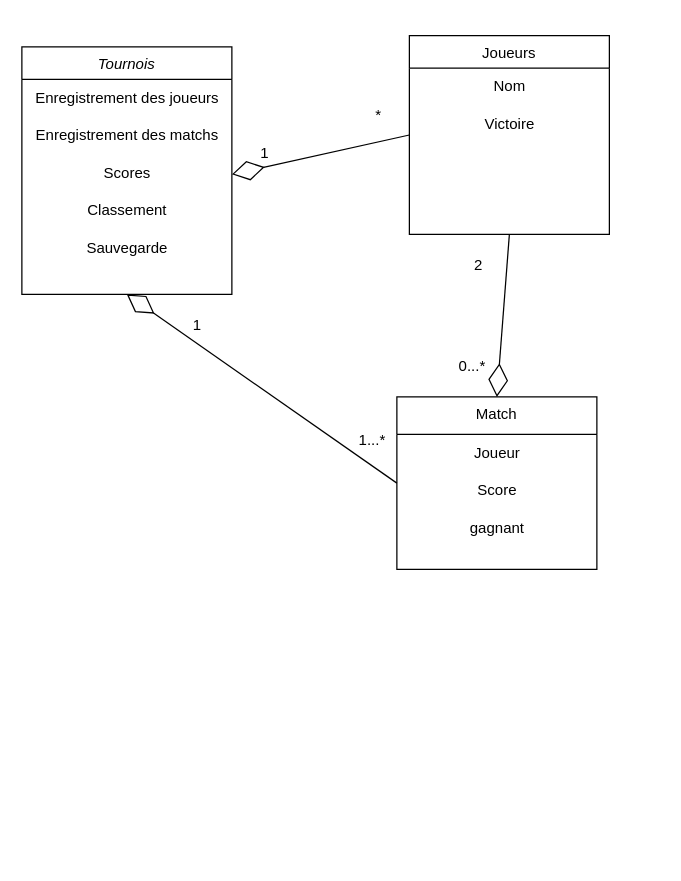
This is documents/Diagramme sans nom.drawio from Lunatique-x/TP2, a draw.io file, before an edit. Source tidied: cells renumbered, new cells numbered last; positions are measured from the earlier drawing's top-left corner, leaving out a move shared by most shapes. Both pictures are drawn from the tidied source at 125%, with x=0, y=0 at pixel (21, 35).
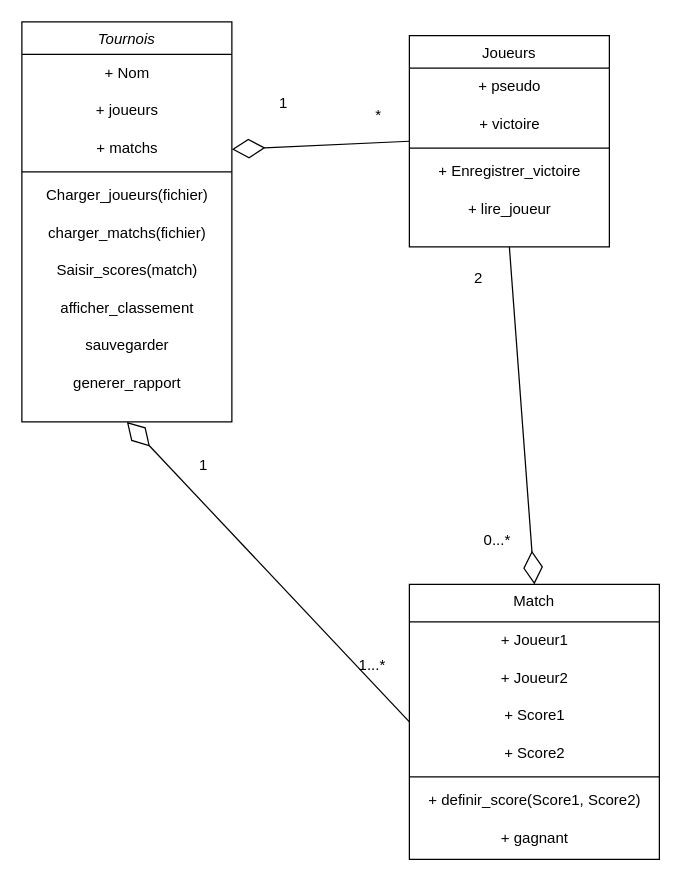
The same diagram, later.

Commit message (it also covers changes not shown here):
Mettre à jour Diagramme sans nom.drawio

What changed in the source:
```diff
@@
     <mxCell id="2" value="Tournois" style="swimlane;fontStyle=2;align=center;verticalAlign=top;horizontal=1;startSize=26;rounded=0;shadow=0;strokeWidth=1;" parent="1" vertex="1">
-      <mxGeometry y="9" width="168" height="198" as="geometry" />
+      <mxGeometry y="-11" width="168" height="320" as="geometry" />
     </mxCell>
-    <mxCell id="3" value="Enregistrement des joueurs" style="text;html=1;align=center;verticalAlign=middle;strokeColor=none;fillColor=none;" parent="2" vertex="1">
+    <mxCell id="3" value="+ Nom" style="text;html=1;align=center;verticalAlign=middle;strokeColor=none;fillColor=none;" parent="2" vertex="1">
       <mxGeometry y="26" width="168" height="30" as="geometry" />
     </mxCell>
-    <mxCell id="4" value="Enregistrement des matchs" style="text;html=1;align=center;verticalAlign=middle;strokeColor=none;fillColor=none;" parent="2" vertex="1">
+    <mxCell id="4" value="+ joueurs" style="text;html=1;align=center;verticalAlign=middle;strokeColor=none;fillColor=none;" parent="2" vertex="1">
       <mxGeometry y="56" width="168" height="30" as="geometry" />
     </mxCell>
-    <mxCell id="5" value="Scores" style="text;html=1;align=center;verticalAlign=middle;points=[];strokeColor=none;fillColor=none;" parent="2" vertex="1">
+    <mxCell id="5" value="+ matchs" style="text;html=1;align=center;verticalAlign=middle;points=[];strokeColor=none;fillColor=none;" parent="2" vertex="1">
       <mxGeometry y="86" width="168" height="30" as="geometry" />
     </mxCell>
-    <mxCell id="6" value="Classement" style="text;html=1;align=center;verticalAlign=middle;strokeColor=none;fillColor=none;" parent="2" vertex="1">
-      <mxGeometry y="116" width="168" height="30" as="geometry" />
-    </mxCell>
-    <mxCell id="7" value="Sauvegarde" style="text;html=1;align=center;verticalAlign=middle;strokeColor=none;fillColor=none;" parent="2" vertex="1">
-      <mxGeometry y="146" width="168" height="30" as="geometry" />
-    </mxCell>
+    <mxCell id="24" style="line;strokeWidth=1;fillColor=none;align=left;verticalAlign=middle;spacingTop=-1;spacingLeft=3;spacingRight=3;labelPosition=right;strokeColor=inherit;" parent="2" vertex="1">
+      <mxGeometry y="116" width="168" height="8" as="geometry" />
+    </mxCell>
+    <mxCell id="25" value="Charger_joueurs(fichier)" style="text;html=1;align=center;verticalAlign=middle;strokeColor=none;fillColor=none;" parent="2" vertex="1">
+      <mxGeometry y="124" width="168" height="30" as="geometry" />
+    </mxCell>
+    <mxCell id="26" value="charger_matchs(fichier)" style="text;html=1;align=center;verticalAlign=middle;strokeColor=none;fillColor=none;" parent="2" vertex="1">
+      <mxGeometry y="154" width="168" height="30" as="geometry" />
+    </mxCell>
+    <mxCell id="27" value="Saisir_scores(match)" style="text;html=1;align=center;verticalAlign=middle;strokeColor=none;fillColor=none;" parent="2" vertex="1">
+      <mxGeometry y="184" width="168" height="30" as="geometry" />
+    </mxCell>
+    <mxCell id="28" value="afficher_classement" style="text;html=1;align=center;verticalAlign=middle;strokeColor=none;fillColor=none;" parent="2" vertex="1">
+      <mxGeometry y="214" width="168" height="30" as="geometry" />
+    </mxCell>
+    <mxCell id="29" value="sauvegarder" style="text;html=1;align=center;verticalAlign=middle;strokeColor=none;fillColor=none;" parent="2" vertex="1">
+      <mxGeometry y="244" width="168" height="30" as="geometry" />
+    </mxCell>
+    <mxCell id="30" value="generer_rapport" style="text;html=1;align=center;verticalAlign=middle;strokeColor=none;fillColor=none;" parent="2" vertex="1">
+      <mxGeometry y="274" width="168" height="30" as="geometry" />
+    </mxCell>
     <mxCell id="8" value="Match" style="swimlane;fontStyle=0;align=center;verticalAlign=top;horizontal=1;startSize=30;rounded=0;shadow=0;strokeWidth=1;" parent="1" vertex="1">
-      <mxGeometry x="300" y="289" width="160" height="138" as="geometry" />
+      <mxGeometry x="310" y="439" width="200" height="220" as="geometry" />
     </mxCell>
-    <mxCell id="9" value="Joueur" style="text;html=1;align=center;verticalAlign=middle;strokeColor=none;fillColor=none;" parent="8" vertex="1">
-      <mxGeometry y="30" width="160" height="30" as="geometry" />
+    <mxCell id="9" value="+ Joueur1" style="text;html=1;align=center;verticalAlign=middle;strokeColor=none;fillColor=none;" parent="8" vertex="1">
+      <mxGeometry y="30" width="200" height="30" as="geometry" />
     </mxCell>
+    <mxCell id="31" value="+ Joueur2" style="text;html=1;align=center;verticalAlign=middle;strokeColor=none;fillColor=none;" parent="8" vertex="1">
+      <mxGeometry y="60" width="200" height="30" as="geometry" />
+    </mxCell>
-    <mxCell id="10" value="Score" style="text;html=1;align=center;verticalAlign=middle;strokeColor=none;fillColor=none;" parent="8" vertex="1">
-      <mxGeometry y="60" width="160" height="30" as="geometry" />
+    <mxCell id="10" value="+ Score1" style="text;html=1;align=center;verticalAlign=middle;strokeColor=none;fillColor=none;" parent="8" vertex="1">
+      <mxGeometry y="90" width="200" height="30" as="geometry" />
     </mxCell>
+    <mxCell id="32" value="+ Score2" style="text;html=1;align=center;verticalAlign=middle;strokeColor=none;fillColor=none;" parent="8" vertex="1">
+      <mxGeometry y="120" width="200" height="30" as="geometry" />
+    </mxCell>
+    <mxCell id="33" style="line;strokeWidth=1;fillColor=none;align=left;verticalAlign=middle;spacingTop=-1;spacingLeft=3;spacingRight=3;labelPosition=right;strokeColor=inherit;" parent="8" vertex="1">
+      <mxGeometry y="150" width="200" height="8" as="geometry" />
+    </mxCell>
-    <mxCell id="11" value="gagnant" style="text;html=1;align=center;verticalAlign=middle;strokeColor=none;fillColor=none;" parent="8" vertex="1">
-      <mxGeometry y="90" width="160" height="30" as="geometry" />
+    <mxCell id="11" value="+ definir_score(Score1, Score2)" style="text;html=1;align=center;verticalAlign=middle;strokeColor=none;fillColor=none;" parent="8" vertex="1">
+      <mxGeometry y="158" width="200" height="30" as="geometry" />
     </mxCell>
+    <mxCell id="34" value="+ gagnant" style="text;html=1;align=center;verticalAlign=middle;strokeColor=none;fillColor=none;" parent="8" vertex="1">
+      <mxGeometry y="188" width="200" height="30" as="geometry" />
+    </mxCell>
     <mxCell id="12" value="Joueurs" style="swimlane;fontStyle=0;align=center;verticalAlign=top;horizontal=1;startSize=26;rounded=0;shadow=0;strokeWidth=1;" parent="1" vertex="1">
-      <mxGeometry x="310" width="160" height="159" as="geometry" />
+      <mxGeometry x="310" width="160" height="169" as="geometry" />
     </mxCell>
-    <mxCell id="13" value="Nom" style="text;html=1;align=center;verticalAlign=middle;strokeColor=none;fillColor=none;" parent="12" vertex="1">
+    <mxCell id="13" value="+ pseudo" style="text;html=1;align=center;verticalAlign=middle;strokeColor=none;fillColor=none;" parent="12" vertex="1">
       <mxGeometry y="26" width="160" height="30" as="geometry" />
     </mxCell>
-    <mxCell id="14" value="Victoire" style="text;html=1;align=center;verticalAlign=middle;strokeColor=none;fillColor=none;" parent="12" vertex="1">
+    <mxCell id="14" value="+ victoire" style="text;html=1;align=center;verticalAlign=middle;strokeColor=none;fillColor=none;" parent="12" vertex="1">
       <mxGeometry y="56" width="160" height="30" as="geometry" />
     </mxCell>
+    <mxCell id="35" style="line;strokeWidth=1;fillColor=none;align=left;verticalAlign=middle;spacingTop=-1;spacingLeft=3;spacingRight=3;labelPosition=right;strokeColor=inherit;" parent="12" vertex="1">
+      <mxGeometry y="86" width="160" height="8" as="geometry" />
+    </mxCell>
+    <mxCell id="36" value="+ Enregistrer_victoire" style="text;html=1;align=center;verticalAlign=middle;strokeColor=none;fillColor=none;" parent="12" vertex="1">
+      <mxGeometry y="94" width="160" height="30" as="geometry" />
+    </mxCell>
+    <mxCell id="37" value="+ lire_joueur" style="text;html=1;align=center;verticalAlign=middle;strokeColor=none;fillColor=none;" parent="12" vertex="1">
+      <mxGeometry y="124" width="160" height="30" as="geometry" />
+    </mxCell>
@@
     <mxCell id="16" value="1" style="text;html=1;align=center;verticalAlign=middle;strokeColor=none;fillColor=none;" parent="1" vertex="1">
-      <mxGeometry x="179" y="79" width="30" height="30" as="geometry" />
+      <mxGeometry x="194" y="39" width="30" height="30" as="geometry" />
     </mxCell>
@@
     <mxCell id="18" value="0...*" style="text;html=1;align=center;verticalAlign=middle;strokeColor=none;fillColor=none;" parent="1" vertex="1">
-      <mxGeometry x="340" y="250" width="40" height="30" as="geometry" />
+      <mxGeometry x="360" y="389" width="40" height="30" as="geometry" />
     </mxCell>
     <mxCell id="19" value="2" style="text;html=1;align=center;verticalAlign=middle;strokeColor=none;fillColor=none;" parent="1" vertex="1">
-      <mxGeometry x="350" y="169" width="30" height="30" as="geometry" />
+      <mxGeometry x="350" y="179" width="30" height="30" as="geometry" />
     </mxCell>
@@
     <mxCell id="22" value="1" style="text;html=1;align=center;verticalAlign=middle;strokeColor=none;fillColor=none;" parent="1" vertex="1">
-      <mxGeometry x="125" y="217" width="30" height="30" as="geometry" />
+      <mxGeometry x="130" y="329" width="30" height="30" as="geometry" />
     </mxCell>
     <mxCell id="23" value="1...*" style="text;html=1;align=center;verticalAlign=middle;strokeColor=none;fillColor=none;" parent="1" vertex="1">
-      <mxGeometry x="260" y="309" width="40" height="30" as="geometry" />
+      <mxGeometry x="260" y="489" width="40" height="30" as="geometry" />
     </mxCell>
```
